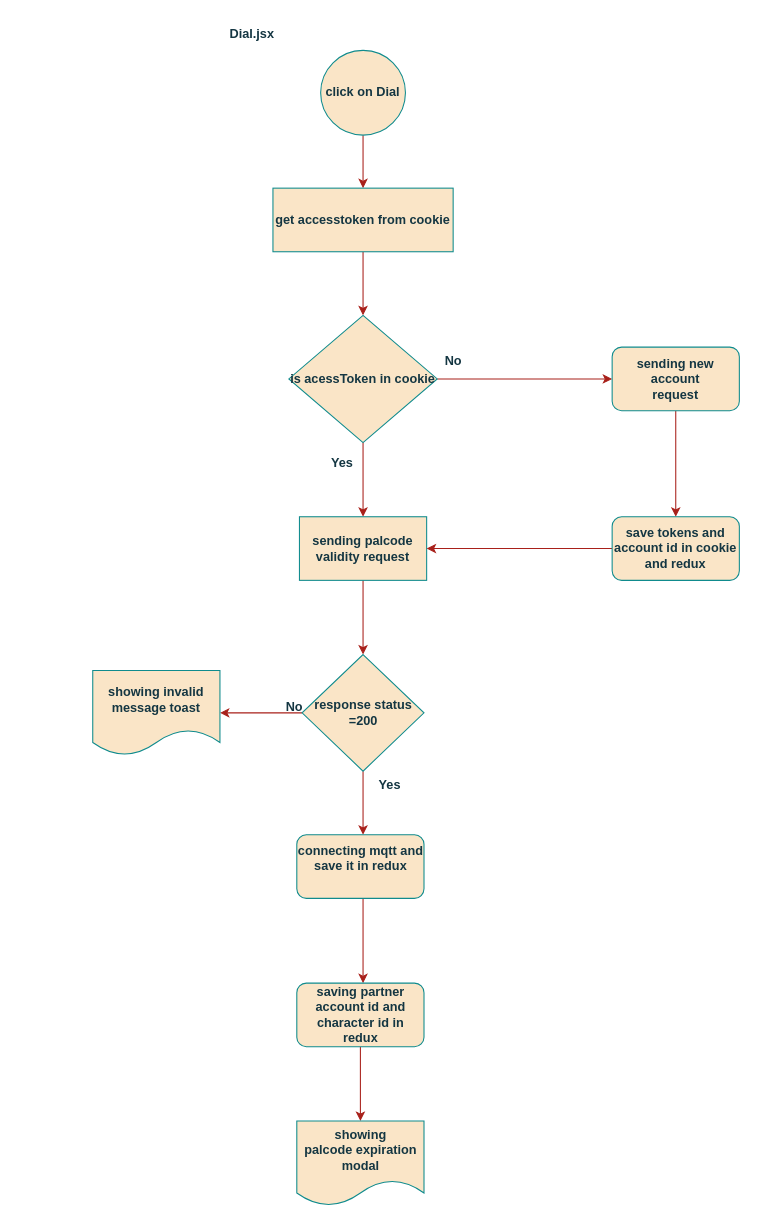
Before: page "Page-1" (1 of 2) of Untitled Diagram.drawio in argolpour/bash-scripts, a draw.io diagram. Source tidied: cells renumbered, new cells numbered last; positions are measured from the earlier drawing's top-left corner, leaving out a move shared by most shapes. Both pictures are drawn from the tidied source at 106%, with x=0, y=0 at pixel (92, 18).
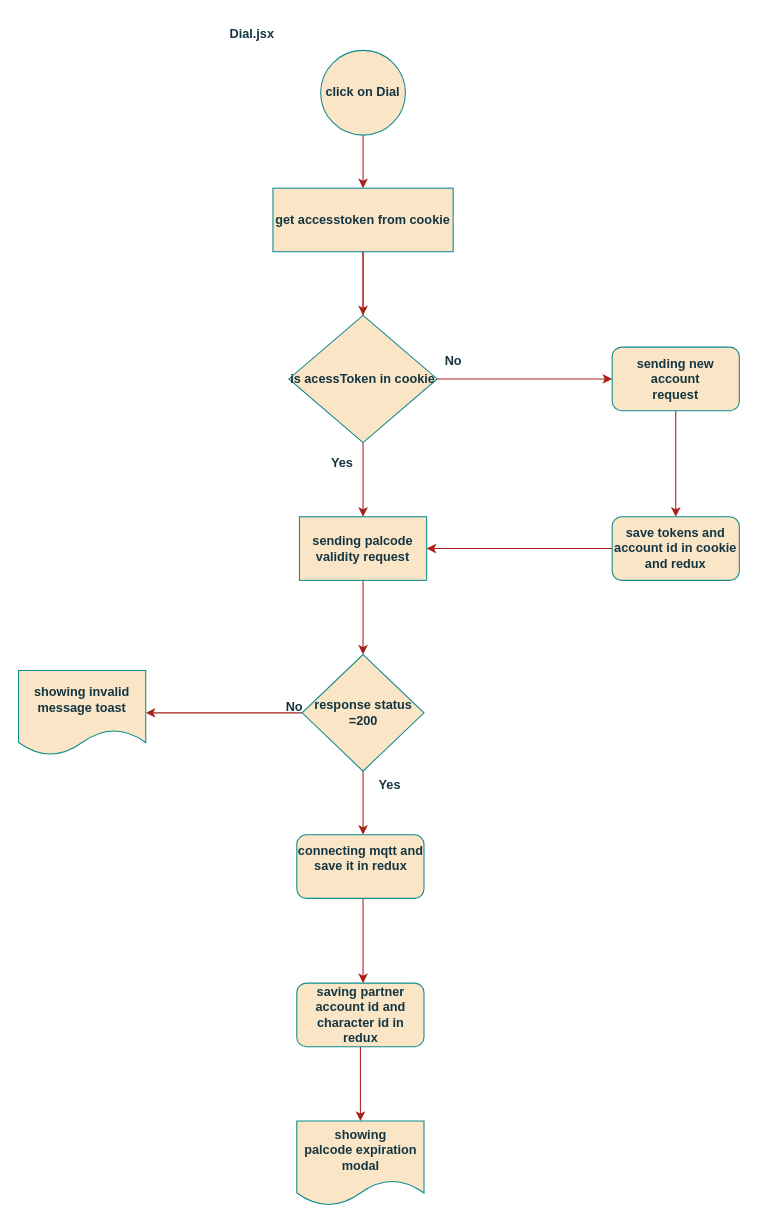
The same diagram, later.

The change refers to these unchanged cells:
```xml
<mxCell id="5" value="get accesstoken from cookie" style="rounded=0;whiteSpace=wrap;html=1;labelBackgroundColor=none;fillColor=#FAE5C7;strokeColor=#0F8B8D;fontColor=#143642;fontStyle=1;" parent="1" vertex="1">
  <mxGeometry x="170" y="160" width="170" height="60" as="geometry" />
</mxCell>
```

The edit, as a diff of the source:
```diff
@@
+    <mxCell id="29" style="edgeStyle=orthogonalEdgeStyle;rounded=0;jettySize=auto;html=1;strokeColor=#A8201A;fontColor=#143642;fillColor=#FAE5C7;" parent="1" edge="1" source="5">
+      <mxGeometry relative="1" as="geometry">
+        <mxPoint x="255" y="300" as="targetPoint" />
+      </mxGeometry>
+    </mxCell>
@@
     <mxCell id="26" value="showing invalid message toast " style="shape=document;whiteSpace=wrap;html=1;boundedLbl=1;fillColor=#FAE5C7;strokeColor=#0F8B8D;fontColor=#143642;labelBackgroundColor=none;fontStyle=1;" parent="1" vertex="1">
-      <mxGeometry y="615" width="120" height="80" as="geometry" />
+      <mxGeometry x="-70" y="615" width="120" height="80" as="geometry" />
     </mxCell>
```
